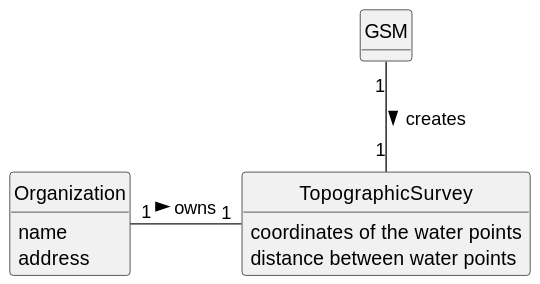
This is docs/sprintB/us013/02.analysis/svg/us013-domain-model.svg from diogoveirospro/lei-24-s2-1dg-g072, a PlantUML export, as it was before one commit. Source of this version:
```plantuml
@startuml
skinparam monochrome true
skinparam packageStyle rectangle
skinparam shadowing false


skinparam classAttributeIconSize 0

hide circle
hide methods


class GSM{

}
class Organization{
name
address
}
class TopographicSurvey{
coordinates of the water points
distance between water points
}
GSM "1" -- "1" TopographicSurvey: creates >
Organization "1" - "1" TopographicSurvey: owns >
@enduml
```
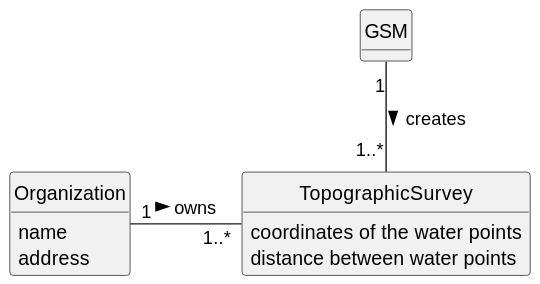
After the commit.

Diff of the diagram source:
```diff
@@ -21,6 +21,6 @@
 coordinates of the water points
 distance between water points
 }
-GSM "1" -- "1" TopographicSurvey: creates >
-Organization "1" - "1" TopographicSurvey: owns >
+GSM "1" -- "1..*" TopographicSurvey: creates >
+Organization "1" - "1..*" TopographicSurvey: owns >
 @enduml
```
